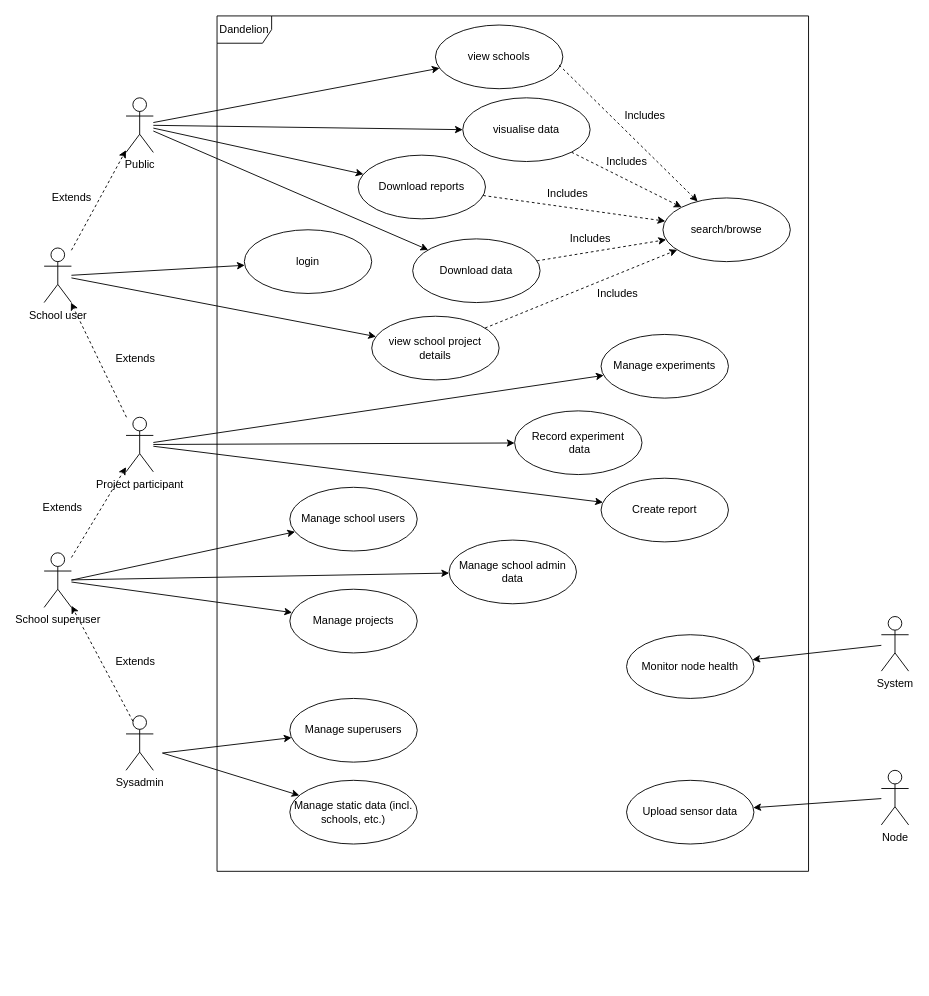
The draw.io diagram Documentation/Use cases.drawio in Dandelion-dev-team/dandelion, before the edit. Source tidied: cells renumbered, new cells numbered last; positions are measured from the earlier drawing's top-left corner, leaving out a move shared by most shapes. Both pictures are drawn from the tidied source at 91%, with x=0, y=0 at pixel (35, 15).
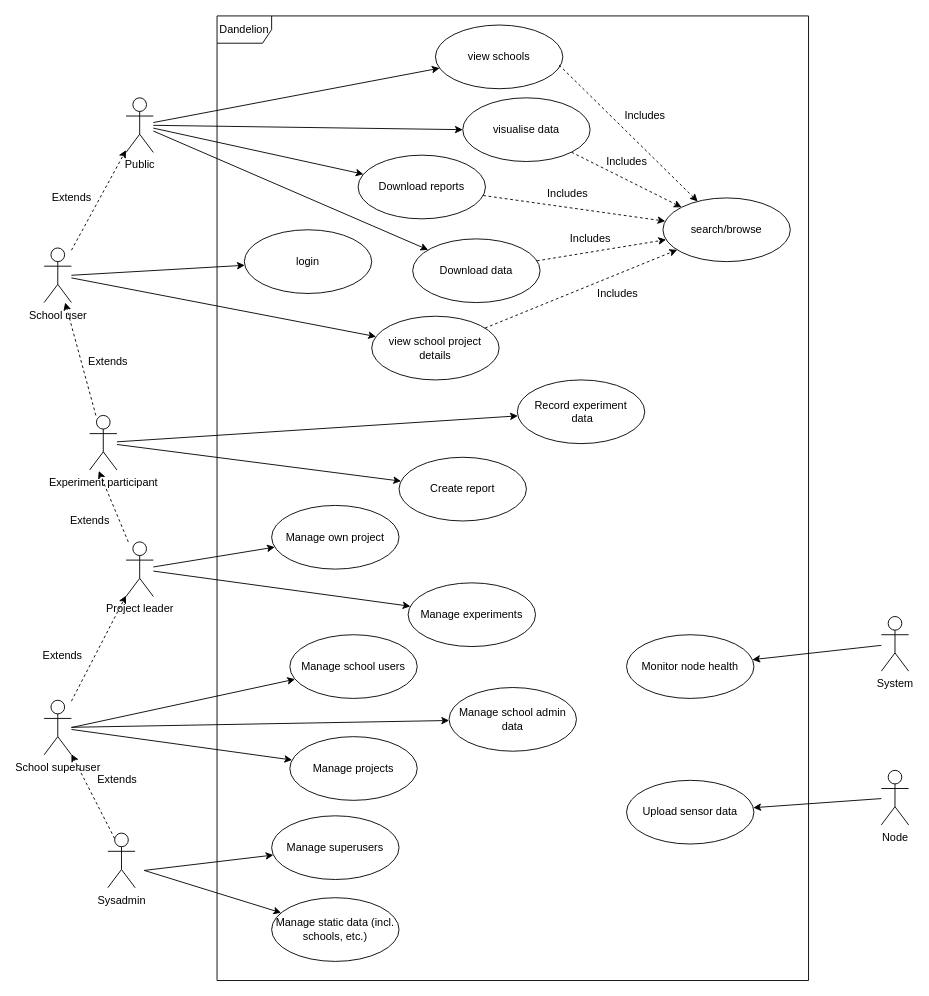
After the change.

What changed in the source:
```diff
@@
     <mxCell id="2" value="Dandelion" style="shape=umlFrame;whiteSpace=wrap;html=1;" parent="1" vertex="1">
-      <mxGeometry x="200" width="650" height="940" as="geometry" />
+      <mxGeometry x="200" width="650" height="1060" as="geometry" />
     </mxCell>
@@
-    <mxCell id="8" value="Project participant" style="shape=umlActor;verticalLabelPosition=bottom;verticalAlign=top;html=1;" parent="1" vertex="1">
-      <mxGeometry x="100" y="441" width="30" height="60" as="geometry" />
+    <mxCell id="8" value="Experiment participant" style="shape=umlActor;verticalLabelPosition=bottom;verticalAlign=top;html=1;" parent="1" vertex="1">
+      <mxGeometry x="60" y="439" width="30" height="60" as="geometry" />
     </mxCell>
-    <mxCell id="9" style="rounded=0;jettySize=auto;html=1;dashed=1;" parent="1" edge="1" source="10" target="8">
+    <mxCell id="9" style="rounded=0;jettySize=auto;html=1;dashed=1;" parent="1" edge="1" source="10" target="61">
       <mxGeometry relative="1" as="geometry" />
     </mxCell>
     <mxCell id="10" value="School superuser" style="shape=umlActor;verticalLabelPosition=bottom;verticalAlign=top;html=1;" parent="1" vertex="1">
-      <mxGeometry x="10" y="590" width="30" height="60" as="geometry" />
+      <mxGeometry x="10" y="752" width="30" height="60" as="geometry" />
     </mxCell>
@@
     <mxCell id="14" value="Extends" style="text;html=1;align=center;verticalAlign=middle;strokeColor=none;fillColor=none;" parent="1" vertex="1">
-      <mxGeometry x="80" y="367" width="60" height="20" as="geometry" />
+      <mxGeometry x="50" y="370" width="60" height="20" as="geometry" />
     </mxCell>
     <mxCell id="15" value="Extends" style="text;html=1;align=center;verticalAlign=middle;strokeColor=none;fillColor=none;" parent="1" vertex="1">
-      <mxGeometry y="531" width="60" height="20" as="geometry" />
+      <mxGeometry y="693" width="60" height="20" as="geometry" />
     </mxCell>
@@
     <mxCell id="23" value="Sysadmin" style="shape=umlActor;verticalLabelPosition=bottom;verticalAlign=top;html=1;" parent="1" vertex="1">
-      <mxGeometry x="100" y="769" width="30" height="60" as="geometry" />
+      <mxGeometry x="80" y="898" width="30" height="60" as="geometry" />
     </mxCell>
     <mxCell id="24" value="Extends" style="text;html=1;align=center;verticalAlign=middle;strokeColor=none;fillColor=none;" parent="1" vertex="1">
-      <mxGeometry x="80" y="700" width="60" height="20" as="geometry" />
+      <mxGeometry x="60" y="829" width="60" height="20" as="geometry" />
     </mxCell>
@@
     <mxCell id="29" value="Record experiment&lt;br&gt;&amp;nbsp;data" style="ellipse;whiteSpace=wrap;html=1;" parent="1" vertex="1">
-      <mxGeometry x="527" y="434" width="140" height="70" as="geometry" />
+      <mxGeometry x="530" y="400" width="140" height="70" as="geometry" />
     </mxCell>
     <mxCell id="30" value="Manage experiments" style="ellipse;whiteSpace=wrap;html=1;" parent="1" vertex="1">
-      <mxGeometry x="622" y="350" width="140" height="70" as="geometry" />
+      <mxGeometry x="410" y="623" width="140" height="70" as="geometry" />
     </mxCell>
     <mxCell id="31" value="Create report" style="ellipse;whiteSpace=wrap;html=1;" parent="1" vertex="1">
-      <mxGeometry x="622" y="508" width="140" height="70" as="geometry" />
+      <mxGeometry x="400" y="485" width="140" height="70" as="geometry" />
     </mxCell>
-    <mxCell id="32" style="edgeStyle=none;rounded=0;jettySize=auto;html=1;" parent="1" edge="1" source="8" target="30">
+    <mxCell id="32" style="edgeStyle=none;rounded=0;jettySize=auto;html=1;" parent="1" edge="1" source="61" target="30">
       <mxGeometry relative="1" as="geometry" />
     </mxCell>
@@
     <mxCell id="35" value="Manage projects" style="ellipse;whiteSpace=wrap;html=1;" parent="1" vertex="1">
-      <mxGeometry x="280" y="630" width="140" height="70" as="geometry" />
+      <mxGeometry x="280" y="792" width="140" height="70" as="geometry" />
     </mxCell>
@@
     <mxCell id="38" value="Manage school users" style="ellipse;whiteSpace=wrap;html=1;" parent="1" vertex="1">
-      <mxGeometry x="280" y="518" width="140" height="70" as="geometry" />
+      <mxGeometry x="280" y="680" width="140" height="70" as="geometry" />
     </mxCell>
     <mxCell id="39" value="Manage school admin data" style="ellipse;whiteSpace=wrap;html=1;" parent="1" vertex="1">
-      <mxGeometry x="455" y="576" width="140" height="70" as="geometry" />
+      <mxGeometry x="455" y="738" width="140" height="70" as="geometry" />
     </mxCell>
     <mxCell id="40" style="edgeStyle=none;rounded=0;jettySize=auto;html=1;" parent="1" edge="1" target="38">
       <mxGeometry relative="1" as="geometry">
-        <mxPoint x="40" y="620" as="sourcePoint" />
+        <mxPoint x="40" y="782" as="sourcePoint" />
       </mxGeometry>
     </mxCell>
@@
     <mxCell id="43" value="Manage superusers" style="ellipse;whiteSpace=wrap;html=1;" parent="1" vertex="1">
-      <mxGeometry x="280" y="750" width="140" height="70" as="geometry" />
+      <mxGeometry x="260" y="879" width="140" height="70" as="geometry" />
     </mxCell>
     <mxCell id="44" value="Manage static data (incl. schools, etc.)" style="ellipse;whiteSpace=wrap;html=1;" parent="1" vertex="1">
-      <mxGeometry x="280" y="840" width="140" height="70" as="geometry" />
+      <mxGeometry x="260" y="969" width="140" height="70" as="geometry" />
     </mxCell>
     <mxCell id="45" style="edgeStyle=none;rounded=0;jettySize=auto;html=1;" parent="1" edge="1" target="43">
       <mxGeometry relative="1" as="geometry">
-        <mxPoint x="140" y="810" as="sourcePoint" />
+        <mxPoint x="120" y="939" as="sourcePoint" />
       </mxGeometry>
     </mxCell>
     <mxCell id="46" style="edgeStyle=none;rounded=0;jettySize=auto;html=1;" parent="1" edge="1" target="44">
       <mxGeometry relative="1" as="geometry">
-        <mxPoint x="140" y="810" as="sourcePoint" />
+        <mxPoint x="120" y="939" as="sourcePoint" />
       </mxGeometry>
     </mxCell>
@@
+    <mxCell id="61" value="Project leader" style="shape=umlActor;verticalLabelPosition=bottom;verticalAlign=top;html=1;" parent="1" vertex="1">
+      <mxGeometry x="100" y="578" width="30" height="60" as="geometry" />
+    </mxCell>
+    <mxCell id="62" style="rounded=0;jettySize=auto;html=1;dashed=1;" parent="1" edge="1" source="61">
+      <mxGeometry relative="1" as="geometry">
+        <mxPoint x="70" y="500" as="targetPoint" />
+      </mxGeometry>
+    </mxCell>
+    <mxCell id="63" value="Extends" style="text;html=1;align=center;verticalAlign=middle;strokeColor=none;fillColor=none;" parent="1" vertex="1">
+      <mxGeometry x="30" y="545" width="60" height="20" as="geometry" />
+    </mxCell>
+    <mxCell id="64" value="Manage own project" style="ellipse;whiteSpace=wrap;html=1;" parent="1" vertex="1">
+      <mxGeometry x="260" y="537.9" width="140" height="70" as="geometry" />
+    </mxCell>
+    <mxCell id="65" style="edgeStyle=none;rounded=0;jettySize=auto;html=1;" parent="1" edge="1" source="61" target="64">
+      <mxGeometry relative="1" as="geometry" />
+    </mxCell>
```
